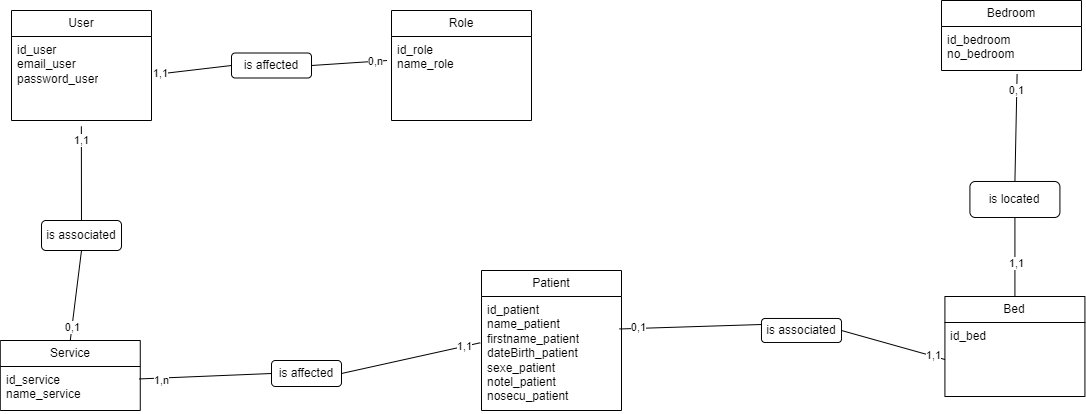
This is Merise/Merise-MCD.drawio.png from florianpoteau/CDA-Hopital-Back, a draw.io export, as it was before one commit. Source tidied: cells renumbered, new cells last; positions are measured from the earlier drawing's top-left corner, leaving out a move shared by most shapes. Its diagram source:
```xml
<mxGraphModel>
  <root>
    <mxCell id="0" />
    <mxCell id="1" parent="0" />
    <mxCell id="2" value="Bedroom" style="swimlane;fontStyle=0;horizontal=1;startSize=26;fillColor=none;whiteSpace=wrap;html=1;" parent="1" vertex="1">
      <mxGeometry x="941" width="140" height="70" as="geometry" />
    </mxCell>
    <mxCell id="3" value="id_bedroom&lt;div&gt;no_bedroom&lt;/div&gt;" style="text;strokeColor=none;fillColor=none;align=left;verticalAlign=top;spacingLeft=4;spacingRight=4;overflow=hidden;points=[[0,0.5],[1,0.5]];portConstraint=eastwest;whiteSpace=wrap;html=1;" parent="2" vertex="1">
      <mxGeometry y="26" width="140" height="44" as="geometry" />
    </mxCell>
    <mxCell id="4" value="Bed" style="swimlane;fontStyle=0;horizontal=1;startSize=26;fillColor=none;whiteSpace=wrap;html=1;" parent="1" vertex="1">
      <mxGeometry x="944.4" y="296" width="140" height="100" as="geometry" />
    </mxCell>
    <mxCell id="5" value="id_bed" style="text;strokeColor=none;fillColor=none;align=left;verticalAlign=top;spacingLeft=4;spacingRight=4;overflow=hidden;points=[[0,0.5],[1,0.5]];portConstraint=eastwest;whiteSpace=wrap;html=1;" parent="4" vertex="1">
      <mxGeometry y="26" width="140" height="74" as="geometry" />
    </mxCell>
    <mxCell id="6" value="Role" style="swimlane;fontStyle=0;horizontal=1;startSize=26;fillColor=none;whiteSpace=wrap;html=1;" parent="1" vertex="1">
      <mxGeometry x="391" y="10" width="140" height="110" as="geometry" />
    </mxCell>
    <mxCell id="7" value="id_role&lt;div&gt;name_role&lt;/div&gt;" style="text;strokeColor=none;fillColor=none;align=left;verticalAlign=top;spacingLeft=4;spacingRight=4;overflow=hidden;points=[[0,0.5],[1,0.5]];portConstraint=eastwest;whiteSpace=wrap;html=1;" parent="6" vertex="1">
      <mxGeometry y="26" width="140" height="84" as="geometry" />
    </mxCell>
    <mxCell id="8" value="Service" style="swimlane;fontStyle=0;horizontal=1;startSize=26;fillColor=none;whiteSpace=wrap;html=1;" parent="1" vertex="1">
      <mxGeometry x="-0.2" y="340" width="140" height="70" as="geometry" />
    </mxCell>
    <mxCell id="9" value="id_service&lt;div&gt;name_service&lt;/div&gt;" style="text;strokeColor=none;fillColor=none;align=left;verticalAlign=top;spacingLeft=4;spacingRight=4;overflow=hidden;points=[[0,0.5],[1,0.5]];portConstraint=eastwest;whiteSpace=wrap;html=1;" parent="8" vertex="1">
      <mxGeometry y="26" width="140" height="44" as="geometry" />
    </mxCell>
    <mxCell id="10" value="Patient" style="swimlane;fontStyle=0;horizontal=1;startSize=26;fillColor=none;whiteSpace=wrap;html=1;" parent="1" vertex="1">
      <mxGeometry x="481" y="270" width="140" height="140" as="geometry" />
    </mxCell>
    <mxCell id="11" value="id_patient&lt;div&gt;name_patient&lt;/div&gt;&lt;div&gt;firstname_patient&lt;/div&gt;&lt;div&gt;dateBirth_patient&lt;/div&gt;&lt;div&gt;sexe_patient&lt;/div&gt;&lt;div&gt;notel_patient&lt;/div&gt;&lt;div&gt;nosecu_patient&lt;/div&gt;&lt;div&gt;&lt;br&gt;&lt;/div&gt;" style="text;strokeColor=none;fillColor=none;align=left;verticalAlign=top;spacingLeft=4;spacingRight=4;overflow=hidden;points=[[0,0.5],[1,0.5]];portConstraint=eastwest;whiteSpace=wrap;html=1;" parent="10" vertex="1">
      <mxGeometry y="26" width="140" height="114" as="geometry" />
    </mxCell>
    <mxCell id="12" value="is affected" style="rounded=1;whiteSpace=wrap;html=1;" parent="1" vertex="1">
      <mxGeometry x="271" y="360" width="70" height="26" as="geometry" />
    </mxCell>
    <mxCell id="13" style="endArrow=none;html=1;rounded=0;entryX=-0.009;entryY=0.406;entryDx=0;entryDy=0;entryPerimeter=0;exitX=1;exitY=0.5;exitDx=0;exitDy=0;" parent="1" edge="1" source="12" target="11">
      <mxGeometry relative="1" as="geometry" />
    </mxCell>
    <mxCell id="14" value="1,1" style="edgeLabel;html=1;align=center;verticalAlign=middle;" parent="13" vertex="1">
      <mxGeometry x="0.77" relative="1" as="geometry" />
    </mxCell>
    <mxCell id="15" style="endArrow=none;html=1;rounded=0;entryX=0;entryY=0.5;entryDx=0;entryDy=0;exitX=0.991;exitY=0.283;exitDx=0;exitDy=0;exitPerimeter=0;" parent="1" edge="1" source="9" target="12">
      <mxGeometry relative="1" as="geometry" />
    </mxCell>
    <mxCell id="16" value="1,n" style="edgeLabel;html=1;align=center;verticalAlign=middle;" parent="15" vertex="1">
      <mxGeometry x="-0.68" y="-2" relative="1" as="geometry" />
    </mxCell>
    <mxCell id="17" value="is located" style="rounded=1;whiteSpace=wrap;html=1;" parent="1" vertex="1">
      <mxGeometry x="969.4" y="181" width="90" height="36" as="geometry" />
    </mxCell>
    <mxCell id="18" style="endArrow=none;html=1;rounded=0;entryX=0.5;entryY=0;entryDx=0;entryDy=0;exitX=0.5;exitY=1;exitDx=0;exitDy=0;" parent="1" edge="1" source="17" target="4">
      <mxGeometry relative="1" as="geometry" />
    </mxCell>
    <mxCell id="19" value="1,1" style="edgeLabel;html=1;align=center;verticalAlign=middle;" parent="18" vertex="1">
      <mxGeometry x="0.14" y="1" relative="1" as="geometry" />
    </mxCell>
    <mxCell id="20" style="endArrow=none;html=1;rounded=0;entryX=0.5;entryY=0;entryDx=0;entryDy=0;exitX=0.54;exitY=1.081;exitDx=0;exitDy=0;exitPerimeter=0;" parent="1" edge="1" source="3" target="17">
      <mxGeometry relative="1" as="geometry" />
    </mxCell>
    <mxCell id="21" value="0,1" style="edgeLabel;html=1;align=center;verticalAlign=middle;" parent="20" vertex="1">
      <mxGeometry x="-0.69" y="-1" relative="1" as="geometry" />
    </mxCell>
    <mxCell id="22" value="is associated" style="rounded=1;whiteSpace=wrap;html=1;" parent="1" vertex="1">
      <mxGeometry x="761" y="318" width="80" height="24" as="geometry" />
    </mxCell>
    <mxCell id="23" style="endArrow=none;html=1;rounded=0;entryX=0.985;entryY=0.285;entryDx=0;entryDy=0;entryPerimeter=0;exitX=0;exitY=0.25;exitDx=0;exitDy=0;" parent="1" edge="1" source="22" target="11">
      <mxGeometry relative="1" as="geometry" />
    </mxCell>
    <mxCell id="24" value="0,1" style="edgeLabel;html=1;align=center;verticalAlign=middle;" parent="23" vertex="1">
      <mxGeometry x="0.73" y="-1" relative="1" as="geometry" />
    </mxCell>
    <mxCell id="25" style="endArrow=none;html=1;rounded=0;exitX=0;exitY=0.5;exitDx=0;exitDy=0;entryX=1;entryY=0.5;entryDx=0;entryDy=0;" parent="1" edge="1" source="5" target="22">
      <mxGeometry relative="1" as="geometry" />
    </mxCell>
    <mxCell id="26" value="1,1" style="edgeLabel;html=1;align=center;verticalAlign=middle;" parent="25" vertex="1">
      <mxGeometry x="-0.78" y="-1" relative="1" as="geometry" />
    </mxCell>
    <mxCell id="27" style="endArrow=none;html=1;rounded=0;exitX=0.499;exitY=1.07;exitDx=0;exitDy=0;exitPerimeter=0;" parent="1" edge="1" source="33" target="29">
      <mxGeometry relative="1" as="geometry" />
    </mxCell>
    <mxCell id="28" value="1,1" style="edgeLabel;html=1;align=center;verticalAlign=middle;" parent="27" vertex="1">
      <mxGeometry x="-0.71" relative="1" as="geometry" />
    </mxCell>
    <mxCell id="29" value="is associated" style="rounded=1;whiteSpace=wrap;html=1;" parent="1" vertex="1">
      <mxGeometry x="41" y="220" width="80" height="30" as="geometry" />
    </mxCell>
    <mxCell id="30" style="endArrow=none;html=1;rounded=0;entryX=0.5;entryY=1;entryDx=0;entryDy=0;exitX=0.5;exitY=0;exitDx=0;exitDy=0;" parent="1" edge="1" source="8" target="29">
      <mxGeometry relative="1" as="geometry" />
    </mxCell>
    <mxCell id="31" value="0,1" style="edgeLabel;html=1;align=center;verticalAlign=middle;" parent="30" vertex="1">
      <mxGeometry x="-0.69" relative="1" as="geometry" />
    </mxCell>
    <mxCell id="32" value="User" style="swimlane;fontStyle=0;horizontal=1;startSize=26;fillColor=none;whiteSpace=wrap;html=1;" parent="1" vertex="1">
      <mxGeometry x="11" y="10" width="140" height="110" as="geometry" />
    </mxCell>
    <mxCell id="33" value="id_user&lt;div&gt;email_user&lt;/div&gt;&lt;div&gt;password_user&lt;/div&gt;" style="text;strokeColor=none;fillColor=none;align=left;verticalAlign=top;spacingLeft=4;spacingRight=4;overflow=hidden;points=[[0,0.5],[1,0.5]];portConstraint=eastwest;whiteSpace=wrap;html=1;" parent="32" vertex="1">
      <mxGeometry y="26" width="140" height="84" as="geometry" />
    </mxCell>
    <mxCell id="34" value="is affected" style="rounded=1;whiteSpace=wrap;html=1;" parent="1" vertex="1">
      <mxGeometry x="231" y="52.5" width="80" height="25" as="geometry" />
    </mxCell>
    <mxCell id="35" style="endArrow=none;html=1;rounded=0;exitX=1.015;exitY=0.454;exitDx=0;exitDy=0;exitPerimeter=0;entryX=0;entryY=0.5;entryDx=0;entryDy=0;" parent="1" edge="1" source="33" target="34">
      <mxGeometry relative="1" as="geometry" />
    </mxCell>
    <mxCell id="36" value="1,1" style="edgeLabel;html=1;align=center;verticalAlign=middle;" parent="35" vertex="1">
      <mxGeometry x="-0.81" y="1" relative="1" as="geometry" />
    </mxCell>
    <mxCell id="37" style="endArrow=none;html=1;rounded=0;entryX=-0.032;entryY=0.286;entryDx=0;entryDy=0;entryPerimeter=0;exitX=1;exitY=0.5;exitDx=0;exitDy=0;" parent="1" edge="1" source="34" target="7">
      <mxGeometry relative="1" as="geometry" />
    </mxCell>
    <mxCell id="38" value="0,n" style="edgeLabel;html=1;align=center;verticalAlign=middle;" parent="37" vertex="1">
      <mxGeometry x="0.68" relative="1" as="geometry" />
    </mxCell>
  </root>
</mxGraphModel>
```
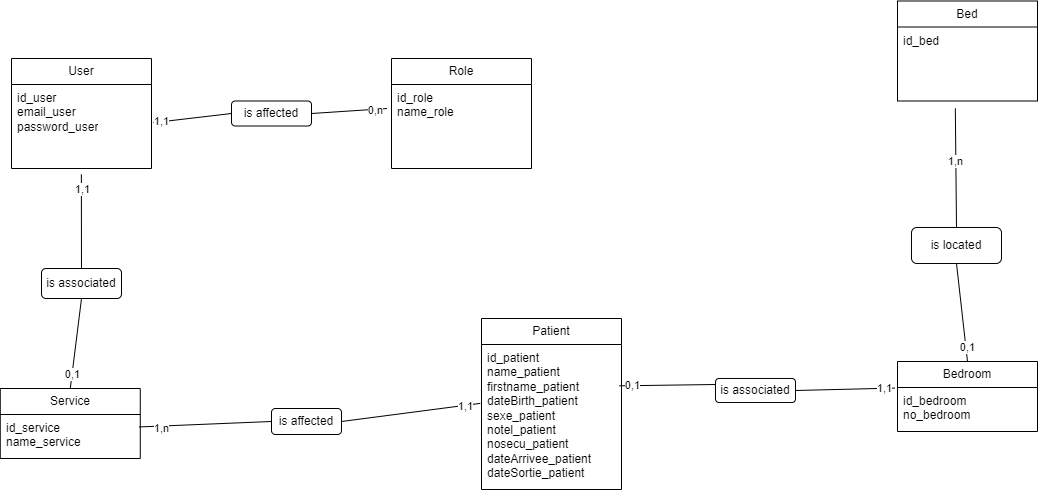
The same diagram one commit later.

Commit message:
docs(Merise): add MCD MPD MLD dictionnaire de donnée

The edit, as a diff of the source:
```diff
@@ -3,13 +3,13 @@
     <mxCell id="0" />
     <mxCell id="1" parent="0" />
     <mxCell id="2" value="Bedroom" style="swimlane;fontStyle=0;horizontal=1;startSize=26;fillColor=none;whiteSpace=wrap;html=1;" parent="1" vertex="1">
-      <mxGeometry x="941" width="140" height="70" as="geometry" />
+      <mxGeometry x="897" y="313" width="140" height="70" as="geometry" />
     </mxCell>
     <mxCell id="3" value="id_bedroom&lt;div&gt;no_bedroom&lt;/div&gt;" style="text;strokeColor=none;fillColor=none;align=left;verticalAlign=top;spacingLeft=4;spacingRight=4;overflow=hidden;points=[[0,0.5],[1,0.5]];portConstraint=eastwest;whiteSpace=wrap;html=1;" parent="2" vertex="1">
       <mxGeometry y="26" width="140" height="44" as="geometry" />
     </mxCell>
     <mxCell id="4" value="Bed" style="swimlane;fontStyle=0;horizontal=1;startSize=26;fillColor=none;whiteSpace=wrap;html=1;" parent="1" vertex="1">
-      <mxGeometry x="944.4" y="296" width="140" height="100" as="geometry" />
+      <mxGeometry x="897" y="-47.5" width="140" height="100" as="geometry" />
     </mxCell>
     <mxCell id="5" value="id_bed" style="text;strokeColor=none;fillColor=none;align=left;verticalAlign=top;spacingLeft=4;spacingRight=4;overflow=hidden;points=[[0,0.5],[1,0.5]];portConstraint=eastwest;whiteSpace=wrap;html=1;" parent="4" vertex="1">
       <mxGeometry y="26" width="140" height="74" as="geometry" />
@@ -27,10 +27,10 @@
       <mxGeometry y="26" width="140" height="44" as="geometry" />
     </mxCell>
     <mxCell id="10" value="Patient" style="swimlane;fontStyle=0;horizontal=1;startSize=26;fillColor=none;whiteSpace=wrap;html=1;" parent="1" vertex="1">
-      <mxGeometry x="481" y="270" width="140" height="140" as="geometry" />
+      <mxGeometry x="481" y="270" width="140" height="171" as="geometry" />
     </mxCell>
-    <mxCell id="11" value="id_patient&lt;div&gt;name_patient&lt;/div&gt;&lt;div&gt;firstname_patient&lt;/div&gt;&lt;div&gt;dateBirth_patient&lt;/div&gt;&lt;div&gt;sexe_patient&lt;/div&gt;&lt;div&gt;notel_patient&lt;/div&gt;&lt;div&gt;nosecu_patient&lt;/div&gt;&lt;div&gt;&lt;br&gt;&lt;/div&gt;" style="text;strokeColor=none;fillColor=none;align=left;verticalAlign=top;spacingLeft=4;spacingRight=4;overflow=hidden;points=[[0,0.5],[1,0.5]];portConstraint=eastwest;whiteSpace=wrap;html=1;" parent="10" vertex="1">
-      <mxGeometry y="26" width="140" height="114" as="geometry" />
+    <mxCell id="11" value="id_patient&lt;div&gt;name_patient&lt;/div&gt;&lt;div&gt;firstname_patient&lt;/div&gt;&lt;div&gt;dateBirth_patient&lt;/div&gt;&lt;div&gt;sexe_patient&lt;/div&gt;&lt;div&gt;notel_patient&lt;/div&gt;&lt;div&gt;nosecu_patient&lt;/div&gt;&lt;div&gt;dateArrivee_patient&lt;/div&gt;&lt;div&gt;dateSortie_patient&lt;/div&gt;&lt;div&gt;&lt;br&gt;&lt;/div&gt;" style="text;strokeColor=none;fillColor=none;align=left;verticalAlign=top;spacingLeft=4;spacingRight=4;overflow=hidden;points=[[0,0.5],[1,0.5]];portConstraint=eastwest;whiteSpace=wrap;html=1;" parent="10" vertex="1">
+      <mxGeometry y="26" width="140" height="145" as="geometry" />
     </mxCell>
     <mxCell id="12" value="is affected" style="rounded=1;whiteSpace=wrap;html=1;" parent="1" vertex="1">
       <mxGeometry x="271" y="360" width="70" height="26" as="geometry" />
@@ -48,22 +48,22 @@
       <mxGeometry x="-0.68" y="-2" relative="1" as="geometry" />
     </mxCell>
     <mxCell id="17" value="is located" style="rounded=1;whiteSpace=wrap;html=1;" parent="1" vertex="1">
-      <mxGeometry x="969.4" y="181" width="90" height="36" as="geometry" />
+      <mxGeometry x="911" y="179" width="90" height="36" as="geometry" />
     </mxCell>
-    <mxCell id="18" style="endArrow=none;html=1;rounded=0;entryX=0.5;entryY=0;entryDx=0;entryDy=0;exitX=0.5;exitY=1;exitDx=0;exitDy=0;" parent="1" edge="1" source="17" target="4">
+    <mxCell id="18" style="endArrow=none;html=1;rounded=0;exitX=0.5;exitY=0;exitDx=0;exitDy=0;entryX=0.413;entryY=1.1;entryDx=0;entryDy=0;entryPerimeter=0;" parent="1" edge="1" source="17" target="5">
       <mxGeometry relative="1" as="geometry" />
     </mxCell>
-    <mxCell id="19" value="1,1" style="edgeLabel;html=1;align=center;verticalAlign=middle;" parent="18" vertex="1">
+    <mxCell id="19" value="1,n" style="edgeLabel;html=1;align=center;verticalAlign=middle;" parent="18" vertex="1">
       <mxGeometry x="0.14" y="1" relative="1" as="geometry" />
     </mxCell>
-    <mxCell id="20" style="endArrow=none;html=1;rounded=0;entryX=0.5;entryY=0;entryDx=0;entryDy=0;exitX=0.54;exitY=1.081;exitDx=0;exitDy=0;exitPerimeter=0;" parent="1" edge="1" source="3" target="17">
+    <mxCell id="20" style="endArrow=none;html=1;rounded=0;exitX=0.5;exitY=0;exitDx=0;exitDy=0;entryX=0.5;entryY=1;entryDx=0;entryDy=0;" parent="1" edge="1" source="2" target="17">
       <mxGeometry relative="1" as="geometry" />
     </mxCell>
     <mxCell id="21" value="0,1" style="edgeLabel;html=1;align=center;verticalAlign=middle;" parent="20" vertex="1">
       <mxGeometry x="-0.69" y="-1" relative="1" as="geometry" />
     </mxCell>
     <mxCell id="22" value="is associated" style="rounded=1;whiteSpace=wrap;html=1;" parent="1" vertex="1">
-      <mxGeometry x="761" y="318" width="80" height="24" as="geometry" />
+      <mxGeometry x="715" y="330" width="80" height="24" as="geometry" />
     </mxCell>
     <mxCell id="23" style="endArrow=none;html=1;rounded=0;entryX=0.985;entryY=0.285;entryDx=0;entryDy=0;entryPerimeter=0;exitX=0;exitY=0.25;exitDx=0;exitDy=0;" parent="1" edge="1" source="22" target="11">
       <mxGeometry relative="1" as="geometry" />
@@ -71,7 +71,7 @@
     <mxCell id="24" value="0,1" style="edgeLabel;html=1;align=center;verticalAlign=middle;" parent="23" vertex="1">
       <mxGeometry x="0.73" y="-1" relative="1" as="geometry" />
     </mxCell>
-    <mxCell id="25" style="endArrow=none;html=1;rounded=0;exitX=0;exitY=0.5;exitDx=0;exitDy=0;entryX=1;entryY=0.5;entryDx=0;entryDy=0;" parent="1" edge="1" source="5" target="22">
+    <mxCell id="25" style="endArrow=none;html=1;rounded=0;exitX=-0.019;exitY=0.013;exitDx=0;exitDy=0;entryX=1;entryY=0.5;entryDx=0;entryDy=0;exitPerimeter=0;" parent="1" edge="1" source="3" target="22">
       <mxGeometry relative="1" as="geometry" />
     </mxCell>
     <mxCell id="26" value="1,1" style="edgeLabel;html=1;align=center;verticalAlign=middle;" parent="25" vertex="1">
```
